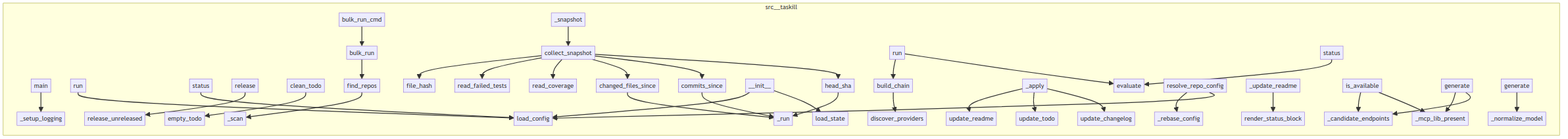
The Mermaid diagram project/calls.png in semcod/taskill, before a commit. Its source is kept beside it as project/calls.mmd.
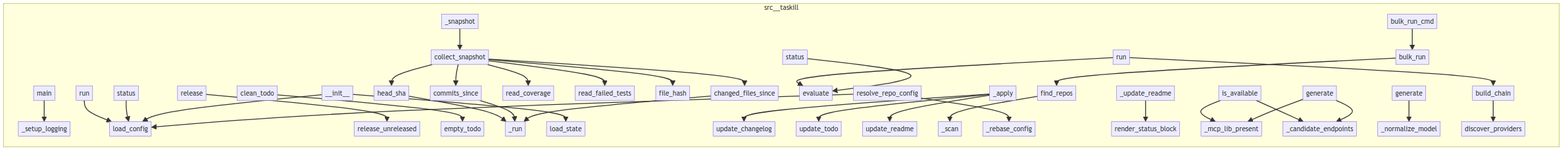
After the commit.

The edit, as a diff of the source:
```diff
@@ -1,48 +1,48 @@
 flowchart LR
     subgraph src__taskill
-        src__taskill__updaters__todo__update_todo["update_todo"]
+        src__taskill__git_state__commits_since["commits_since"]
+        src__taskill__updaters__changelog__update_changelog["update_changelog"]
+        src__taskill__providers__openrouter__OpenRouterProvider__generate["generate"]
+        src__taskill__cli__release["release"]
+        src__taskill__git_state__changed_files_since["changed_files_since"]
+        src__taskill__updaters__todo__empty_todo["empty_todo"]
+        src__taskill__cli__status["status"]
+        src__taskill__git_state__read_failed_tests["read_failed_tests"]
+        src__taskill__cli___setup_logging["_setup_logging"]
+        src__taskill__git_state__read_coverage["read_coverage"]
+        src__taskill__cli__main["main"]
+        src__taskill__git_state___run["_run"]
+        src__taskill__core__Taskill___snapshot["_snapshot"]
         src__taskill__core__Taskill____init__["__init__"]
         src__taskill__bulk__resolve_repo_config["resolve_repo_config"]
+        src__taskill__bulk__bulk_run["bulk_run"]
+        src__taskill__core__Taskill__run["run"]
         src__taskill__updaters__readme__update_readme["update_readme"]
+        src__taskill__core__Taskill___apply["_apply"]
+        src__taskill__git_state__head_sha["head_sha"]
+        src__taskill__config__load_config["load_config"]
+        src__taskill__bulk__find_repos["find_repos"]
+        src__taskill__providers__windsurf_mcp__WindsurfMcpProvider__is_available["is_available"]
+        src__taskill__bulk___scan["_scan"]
+        src__taskill__bulk___rebase_config["_rebase_config"]
         src__taskill__providers__windsurf_mcp___candidate_endpoints["_candidate_endpoints"]
-        src__taskill__core__Taskill___apply["_apply"]
-        src__taskill__providers__openrouter__OpenRouterProvider__generate["generate"]
-        src__taskill__bulk__find_repos["find_repos"]
-        src__taskill__bulk___scan["_scan"]
-        src__taskill__git_state__head_sha["head_sha"]
+        src__taskill__providers__discover_providers["discover_providers"]
         src__taskill__cli__clean_todo["clean_todo"]
+        src__taskill__updaters__readme__ReadmeUpdater___update_readme["_update_readme"]
+        src__taskill__updaters__todo__update_todo["update_todo"]
+        src__taskill__updaters__readme__render_status_block["render_status_block"]
         src__taskill__cli__run["run"]
-        src__taskill__core__Taskill__run["run"]
+        src__taskill__providers__openrouter___normalize_model["_normalize_model"]
+        src__taskill__git_state__collect_snapshot["collect_snapshot"]
+        src__taskill__updaters__changelog__release_unreleased["release_unreleased"]
         src__taskill__providers__windsurf_mcp___mcp_lib_present["_mcp_lib_present"]
-        src__taskill__git_state___run["_run"]
-        src__taskill__updaters__readme__ReadmeUpdater___update_readme["_update_readme"]
+        src__taskill__providers__build_chain["build_chain"]
         src__taskill__triggers__evaluate["evaluate"]
-        src__taskill__updaters__readme__render_status_block["render_status_block"]
-        src__taskill__bulk__bulk_run["bulk_run"]
-        src__taskill__cli__release["release"]
-        src__taskill__bulk___rebase_config["_rebase_config"]
-        src__taskill__updaters__changelog__update_changelog["update_changelog"]
+        src__taskill__git_state__file_hash["file_hash"]
+        src__taskill__cli__bulk_run_cmd["bulk_run_cmd"]
+        src__taskill__state__load_state["load_state"]
         src__taskill__providers__windsurf_mcp__WindsurfMcpProvider__generate["generate"]
-        src__taskill__providers__discover_providers["discover_providers"]
-        src__taskill__cli__bulk_run_cmd["bulk_run_cmd"]
-        src__taskill__cli___setup_logging["_setup_logging"]
-        src__taskill__cli__main["main"]
-        src__taskill__providers__openrouter___normalize_model["_normalize_model"]
-        src__taskill__git_state__read_coverage["read_coverage"]
-        src__taskill__config__load_config["load_config"]
-        src__taskill__git_state__collect_snapshot["collect_snapshot"]
-        src__taskill__providers__build_chain["build_chain"]
-        src__taskill__git_state__changed_files_since["changed_files_since"]
-        src__taskill__git_state__commits_since["commits_since"]
-        src__taskill__core__Taskill___snapshot["_snapshot"]
         src__taskill__core__Taskill__status["status"]
-        src__taskill__git_state__read_failed_tests["read_failed_tests"]
-        src__taskill__git_state__file_hash["file_hash"]
-        src__taskill__state__load_state["load_state"]
-        src__taskill__updaters__todo__empty_todo["empty_todo"]
-        src__taskill__providers__windsurf_mcp__WindsurfMcpProvider__is_available["is_available"]
-        src__taskill__updaters__changelog__release_unreleased["release_unreleased"]
-        src__taskill__cli__status["status"]
     end
     src__taskill__cli__main --> src__taskill__cli___setup_logging
     src__taskill__cli__run --> src__taskill__config__load_config
```
